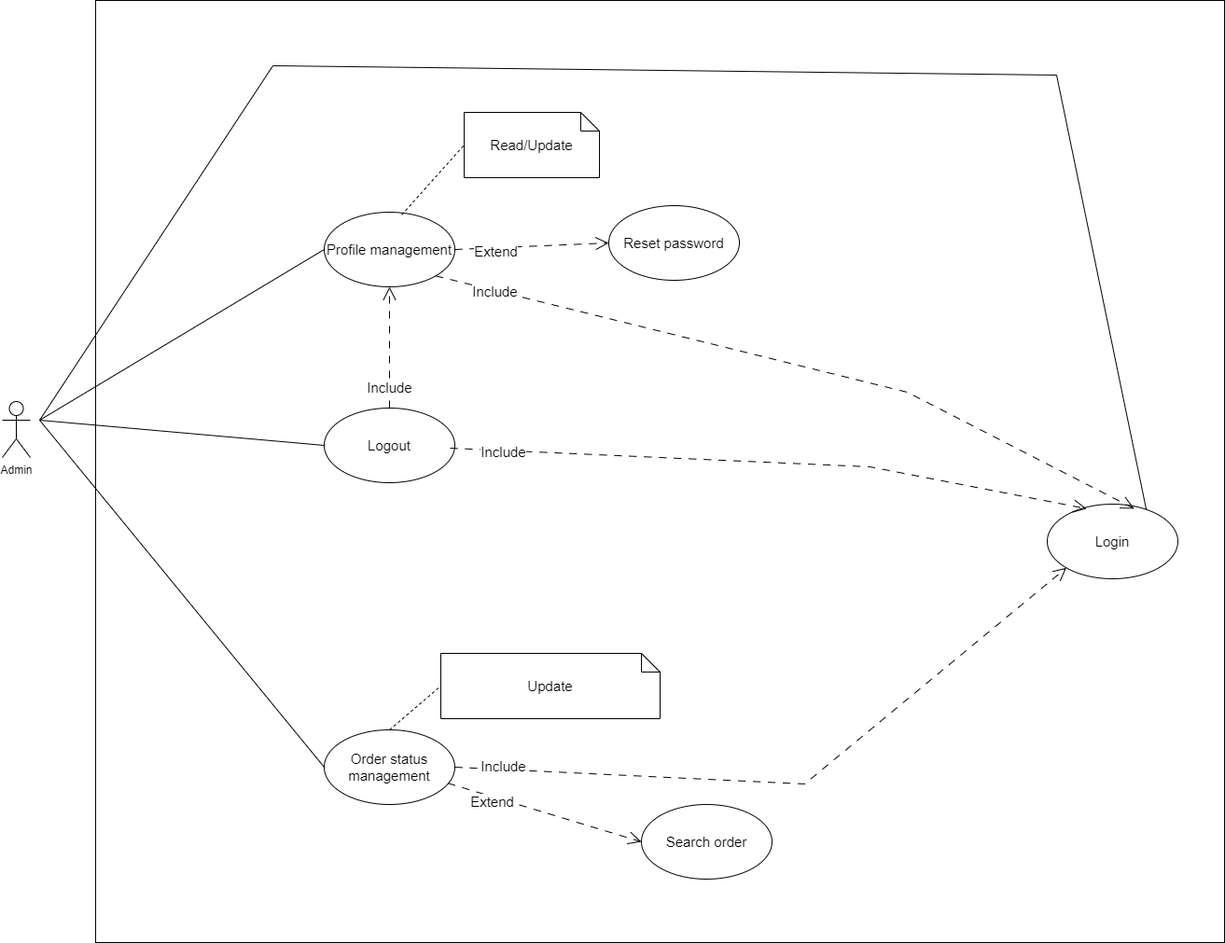
This is document/SDS/Use Case Diagram/Order_Manager_Use_Case_Diagram.drawio.png from QuocZuong/perfume-store, a draw.io export, as it was before one commit. Source tidied: cells renumbered, new cells last; positions are measured from the earlier drawing's top-left corner, leaving out a move shared by most shapes. Its diagram source:
```xml
<mxGraphModel>
  <root>
    <mxCell id="0" />
    <mxCell id="1" parent="0" />
    <mxCell id="2" value="Admin" style="shape=umlActor;verticalLabelPosition=bottom;verticalAlign=top;html=1;" parent="1" vertex="1">
      <mxGeometry y="430" width="30" height="60" as="geometry" />
    </mxCell>
    <mxCell id="3" style="rounded=0;whiteSpace=wrap;html=1;" parent="1" vertex="1">
      <mxGeometry x="100" width="1210" height="1010" as="geometry" />
    </mxCell>
    <mxCell id="4" value="Login" style="ellipse;whiteSpace=wrap;html=1;fontSize=15;" parent="1" vertex="1">
      <mxGeometry x="1120" y="540" width="140" height="80" as="geometry" />
    </mxCell>
    <mxCell id="5" value="Profile management" style="ellipse;whiteSpace=wrap;html=1;fontSize=15;" parent="1" vertex="1">
      <mxGeometry x="345" y="227" width="140" height="80" as="geometry" />
    </mxCell>
    <mxCell id="6" value="Reset password" style="ellipse;whiteSpace=wrap;html=1;fontSize=15;" parent="1" vertex="1">
      <mxGeometry x="650" y="220" width="140" height="80" as="geometry" />
    </mxCell>
    <mxCell id="7" value="Logout" style="ellipse;whiteSpace=wrap;html=1;fontSize=15;" parent="1" vertex="1">
      <mxGeometry x="345" y="437" width="140" height="80" as="geometry" />
    </mxCell>
    <mxCell id="8" value="Extend" style="endArrow=open;html=1;rounded=0;endFill=0;endSize=12;dashed=1;dashPattern=8 8;entryX=0;entryY=0.5;entryDx=0;entryDy=0;exitX=1;exitY=0.5;exitDx=0;exitDy=0;fontSize=15;" parent="1" edge="1" source="5" target="6">
      <mxGeometry x="-0.47" y="-4" relative="1" as="geometry" />
    </mxCell>
    <mxCell id="9" value="Include" style="endArrow=open;html=1;rounded=0;endFill=0;endSize=12;dashed=1;dashPattern=8 8;exitX=0.5;exitY=0;exitDx=0;exitDy=0;entryX=0.5;entryY=1;entryDx=0;entryDy=0;fontSize=15;" parent="1" edge="1" source="7" target="5">
      <mxGeometry x="-0.66" relative="1" as="geometry" />
    </mxCell>
    <mxCell id="10" value="Read/Update" style="shape=note;size=20;whiteSpace=wrap;html=1;fontSize=15;" parent="1" vertex="1">
      <mxGeometry x="495" y="120" width="145" height="70" as="geometry" />
    </mxCell>
    <mxCell id="11" style="endArrow=none;dashed=1;html=1;rounded=0;exitX=0.594;exitY=0.035;exitDx=0;exitDy=0;entryX=0;entryY=0.5;entryDx=0;entryDy=0;entryPerimeter=0;exitPerimeter=0;" parent="1" edge="1" source="5" target="10">
      <mxGeometry relative="1" as="geometry" />
    </mxCell>
    <mxCell id="12" value="Order status management" style="ellipse;whiteSpace=wrap;html=1;fontSize=15;" parent="1" vertex="1">
      <mxGeometry x="345" y="782" width="140" height="80" as="geometry" />
    </mxCell>
    <mxCell id="13" style="endArrow=none;html=1;rounded=0;entryX=0;entryY=0.5;entryDx=0;entryDy=0;" parent="1" edge="1" target="12">
      <mxGeometry relative="1" as="geometry">
        <mxPoint x="40" y="450" as="sourcePoint" />
      </mxGeometry>
    </mxCell>
    <mxCell id="14" value="Include" style="endArrow=open;html=1;rounded=0;endFill=0;endSize=12;dashed=1;dashPattern=8 8;exitX=1;exitY=0.5;exitDx=0;exitDy=0;fontSize=15;entryX=0;entryY=1;entryDx=0;entryDy=0;" parent="1" edge="1" source="12" target="4">
      <mxGeometry x="-0.86" y="3" relative="1" as="geometry">
        <Array as="points">
          <mxPoint x="860" y="840" />
        </Array>
      </mxGeometry>
    </mxCell>
    <mxCell id="15" value="Search order" style="ellipse;whiteSpace=wrap;html=1;fontSize=15;" parent="1" vertex="1">
      <mxGeometry x="685" y="862" width="140" height="80" as="geometry" />
    </mxCell>
    <mxCell id="16" value="Extend" style="endArrow=open;html=1;rounded=0;endFill=0;endSize=12;dashed=1;dashPattern=8 8;entryX=0;entryY=0.5;entryDx=0;entryDy=0;fontSize=15;exitX=0.947;exitY=0.715;exitDx=0;exitDy=0;exitPerimeter=0;" parent="1" edge="1" source="12" target="15">
      <mxGeometry x="-0.53" y="-5" relative="1" as="geometry" />
    </mxCell>
    <mxCell id="17" style="endArrow=none;html=1;rounded=0;entryX=0;entryY=0.5;entryDx=0;entryDy=0;" parent="1" edge="1" target="5">
      <mxGeometry relative="1" as="geometry">
        <mxPoint x="40" y="450" as="sourcePoint" />
      </mxGeometry>
    </mxCell>
    <mxCell id="18" style="endArrow=none;html=1;rounded=0;entryX=0;entryY=0.5;entryDx=0;entryDy=0;" parent="1" edge="1" target="7">
      <mxGeometry relative="1" as="geometry">
        <mxPoint x="40" y="450" as="sourcePoint" />
      </mxGeometry>
    </mxCell>
    <mxCell id="19" value="Include" style="endArrow=open;html=1;rounded=0;endFill=0;endSize=12;dashed=1;dashPattern=8 8;exitX=1;exitY=1;exitDx=0;exitDy=0;fontSize=15;entryX=0.666;entryY=0.061;entryDx=0;entryDy=0;entryPerimeter=0;" parent="1" edge="1" source="5" target="4">
      <mxGeometry x="-0.83" y="-1" relative="1" as="geometry">
        <Array as="points">
          <mxPoint x="970" y="420" />
        </Array>
        <mxPoint x="-1" as="offset" />
      </mxGeometry>
    </mxCell>
    <mxCell id="20" value="Include" style="endArrow=open;html=1;rounded=0;endFill=0;endSize=12;dashed=1;dashPattern=8 8;fontSize=15;entryX=0.301;entryY=0.061;entryDx=0;entryDy=0;entryPerimeter=0;" parent="1" edge="1" target="4">
      <mxGeometry x="-0.83" y="-1" relative="1" as="geometry">
        <mxPoint x="480" y="480" as="sourcePoint" />
        <Array as="points">
          <mxPoint x="930" y="500" />
        </Array>
        <mxPoint x="-1" as="offset" />
      </mxGeometry>
    </mxCell>
    <mxCell id="21" style="endArrow=none;html=1;rounded=0;entryX=0.758;entryY=0.071;entryDx=0;entryDy=0;entryPerimeter=0;" parent="1" edge="1" target="4">
      <mxGeometry relative="1" as="geometry">
        <mxPoint x="40" y="450" as="sourcePoint" />
        <Array as="points">
          <mxPoint x="290" y="70" />
          <mxPoint x="1130" y="80" />
        </Array>
      </mxGeometry>
    </mxCell>
    <mxCell id="22" value="Update" style="shape=note;size=20;whiteSpace=wrap;html=1;fontSize=15;" parent="1" vertex="1">
      <mxGeometry x="470" y="700" width="235" height="70" as="geometry" />
    </mxCell>
    <mxCell id="23" style="endArrow=none;dashed=1;html=1;rounded=0;entryX=0;entryY=0.5;entryDx=0;entryDy=0;entryPerimeter=0;exitX=0.5;exitY=0;exitDx=0;exitDy=0;" parent="1" edge="1" source="12" target="22">
      <mxGeometry relative="1" as="geometry" />
    </mxCell>
  </root>
</mxGraphModel>
```
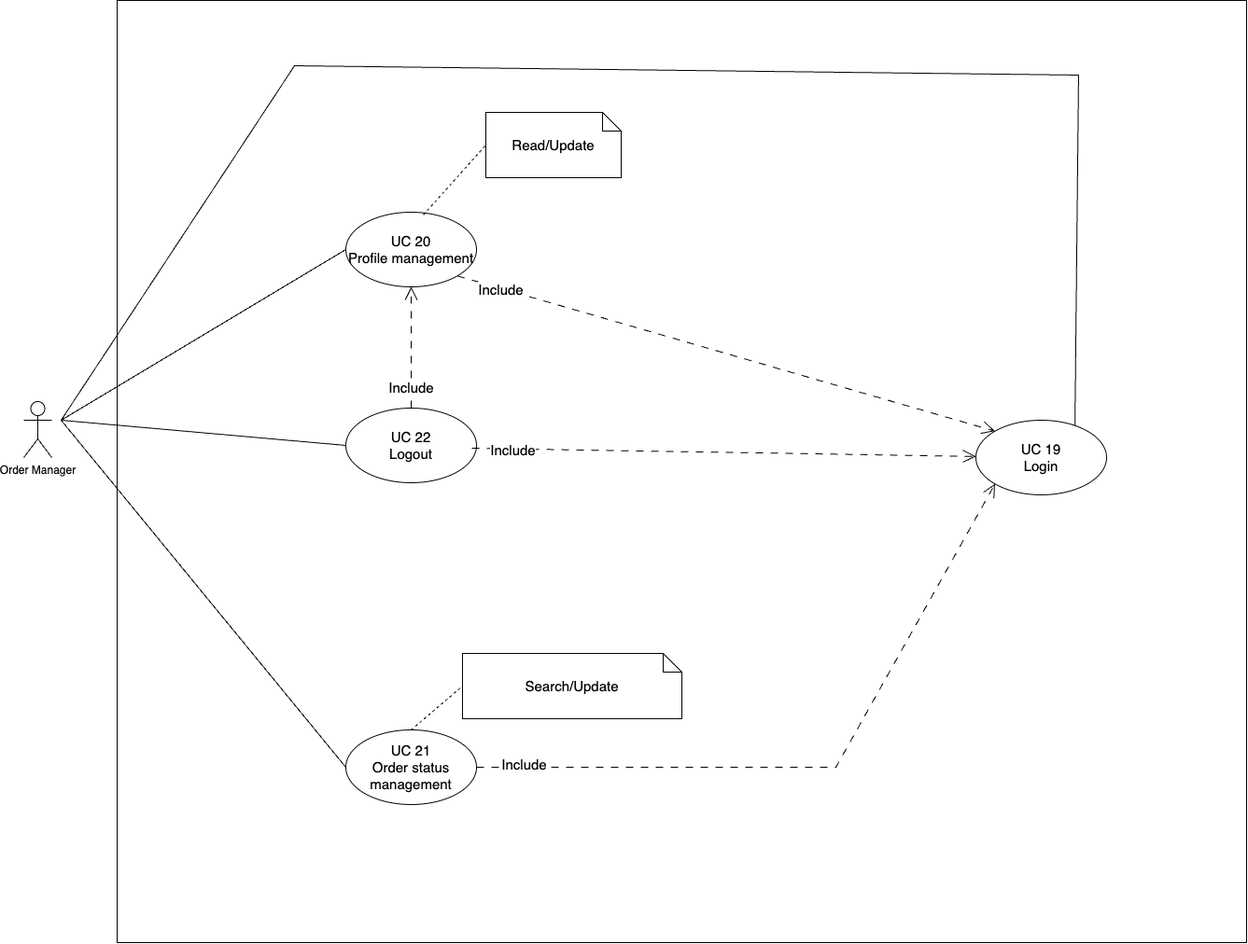
The same file after the commit.

The edit, as a diff of the source:
```diff
@@ -2,27 +2,21 @@
   <root>
     <mxCell id="0" />
     <mxCell id="1" parent="0" />
-    <mxCell id="2" value="Admin" style="shape=umlActor;verticalLabelPosition=bottom;verticalAlign=top;html=1;" parent="1" vertex="1">
+    <mxCell id="2" value="Order Manager" style="shape=umlActor;verticalLabelPosition=bottom;verticalAlign=top;html=1;" parent="1" vertex="1">
       <mxGeometry y="430" width="30" height="60" as="geometry" />
     </mxCell>
     <mxCell id="3" style="rounded=0;whiteSpace=wrap;html=1;" parent="1" vertex="1">
       <mxGeometry x="100" width="1210" height="1010" as="geometry" />
     </mxCell>
-    <mxCell id="4" value="Login" style="ellipse;whiteSpace=wrap;html=1;fontSize=15;" parent="1" vertex="1">
-      <mxGeometry x="1120" y="540" width="140" height="80" as="geometry" />
+    <mxCell id="4" value="UC 19&lt;br&gt;Login" style="ellipse;whiteSpace=wrap;html=1;fontSize=15;" parent="1" vertex="1">
+      <mxGeometry x="1020" y="450" width="140" height="80" as="geometry" />
     </mxCell>
-    <mxCell id="5" value="Profile management" style="ellipse;whiteSpace=wrap;html=1;fontSize=15;" parent="1" vertex="1">
+    <mxCell id="5" value="UC 20&lt;br&gt;Profile management" style="ellipse;whiteSpace=wrap;html=1;fontSize=15;" parent="1" vertex="1">
       <mxGeometry x="345" y="227" width="140" height="80" as="geometry" />
     </mxCell>
-    <mxCell id="6" value="Reset password" style="ellipse;whiteSpace=wrap;html=1;fontSize=15;" parent="1" vertex="1">
-      <mxGeometry x="650" y="220" width="140" height="80" as="geometry" />
-    </mxCell>
-    <mxCell id="7" value="Logout" style="ellipse;whiteSpace=wrap;html=1;fontSize=15;" parent="1" vertex="1">
+    <mxCell id="7" value="UC 22&lt;br&gt;Logout" style="ellipse;whiteSpace=wrap;html=1;fontSize=15;" parent="1" vertex="1">
       <mxGeometry x="345" y="437" width="140" height="80" as="geometry" />
     </mxCell>
-    <mxCell id="8" value="Extend" style="endArrow=open;html=1;rounded=0;endFill=0;endSize=12;dashed=1;dashPattern=8 8;entryX=0;entryY=0.5;entryDx=0;entryDy=0;exitX=1;exitY=0.5;exitDx=0;exitDy=0;fontSize=15;" parent="1" edge="1" source="5" target="6">
-      <mxGeometry x="-0.47" y="-4" relative="1" as="geometry" />
-    </mxCell>
     <mxCell id="9" value="Include" style="endArrow=open;html=1;rounded=0;endFill=0;endSize=12;dashed=1;dashPattern=8 8;exitX=0.5;exitY=0;exitDx=0;exitDy=0;entryX=0.5;entryY=1;entryDx=0;entryDy=0;fontSize=15;" parent="1" edge="1" source="7" target="5">
       <mxGeometry x="-0.66" relative="1" as="geometry" />
     </mxCell>
@@ -32,7 +26,7 @@
     <mxCell id="11" style="endArrow=none;dashed=1;html=1;rounded=0;exitX=0.594;exitY=0.035;exitDx=0;exitDy=0;entryX=0;entryY=0.5;entryDx=0;entryDy=0;entryPerimeter=0;exitPerimeter=0;" parent="1" edge="1" source="5" target="10">
       <mxGeometry relative="1" as="geometry" />
     </mxCell>
-    <mxCell id="12" value="Order status management" style="ellipse;whiteSpace=wrap;html=1;fontSize=15;" parent="1" vertex="1">
+    <mxCell id="12" value="UC 21&lt;br&gt;Order status management" style="ellipse;whiteSpace=wrap;html=1;fontSize=15;" parent="1" vertex="1">
       <mxGeometry x="345" y="782" width="140" height="80" as="geometry" />
     </mxCell>
     <mxCell id="13" style="endArrow=none;html=1;rounded=0;entryX=0;entryY=0.5;entryDx=0;entryDy=0;" parent="1" edge="1" target="12">
@@ -43,16 +37,10 @@
     <mxCell id="14" value="Include" style="endArrow=open;html=1;rounded=0;endFill=0;endSize=12;dashed=1;dashPattern=8 8;exitX=1;exitY=0.5;exitDx=0;exitDy=0;fontSize=15;entryX=0;entryY=1;entryDx=0;entryDy=0;" parent="1" edge="1" source="12" target="4">
       <mxGeometry x="-0.86" y="3" relative="1" as="geometry">
         <Array as="points">
-          <mxPoint x="860" y="840" />
+          <mxPoint x="870" y="822" />
         </Array>
       </mxGeometry>
     </mxCell>
-    <mxCell id="15" value="Search order" style="ellipse;whiteSpace=wrap;html=1;fontSize=15;" parent="1" vertex="1">
-      <mxGeometry x="685" y="862" width="140" height="80" as="geometry" />
-    </mxCell>
-    <mxCell id="16" value="Extend" style="endArrow=open;html=1;rounded=0;endFill=0;endSize=12;dashed=1;dashPattern=8 8;entryX=0;entryY=0.5;entryDx=0;entryDy=0;fontSize=15;exitX=0.947;exitY=0.715;exitDx=0;exitDy=0;exitPerimeter=0;" parent="1" edge="1" source="12" target="15">
-      <mxGeometry x="-0.53" y="-5" relative="1" as="geometry" />
-    </mxCell>
     <mxCell id="17" style="endArrow=none;html=1;rounded=0;entryX=0;entryY=0.5;entryDx=0;entryDy=0;" parent="1" edge="1" target="5">
       <mxGeometry relative="1" as="geometry">
         <mxPoint x="40" y="450" as="sourcePoint" />
@@ -63,20 +51,14 @@
         <mxPoint x="40" y="450" as="sourcePoint" />
       </mxGeometry>
     </mxCell>
-    <mxCell id="19" value="Include" style="endArrow=open;html=1;rounded=0;endFill=0;endSize=12;dashed=1;dashPattern=8 8;exitX=1;exitY=1;exitDx=0;exitDy=0;fontSize=15;entryX=0.666;entryY=0.061;entryDx=0;entryDy=0;entryPerimeter=0;" parent="1" edge="1" source="5" target="4">
+    <mxCell id="19" value="Include" style="endArrow=open;html=1;rounded=0;endFill=0;endSize=12;dashed=1;dashPattern=8 8;exitX=1;exitY=1;exitDx=0;exitDy=0;fontSize=15;entryX=0;entryY=0;entryDx=0;entryDy=0;" parent="1" edge="1" source="5" target="4">
       <mxGeometry x="-0.83" y="-1" relative="1" as="geometry">
-        <Array as="points">
-          <mxPoint x="970" y="420" />
-        </Array>
         <mxPoint x="-1" as="offset" />
       </mxGeometry>
     </mxCell>
-    <mxCell id="20" value="Include" style="endArrow=open;html=1;rounded=0;endFill=0;endSize=12;dashed=1;dashPattern=8 8;fontSize=15;entryX=0.301;entryY=0.061;entryDx=0;entryDy=0;entryPerimeter=0;" parent="1" edge="1" target="4">
+    <mxCell id="20" value="Include" style="endArrow=open;html=1;rounded=0;endFill=0;endSize=12;dashed=1;dashPattern=8 8;fontSize=15;" parent="1" edge="1" target="4">
       <mxGeometry x="-0.83" y="-1" relative="1" as="geometry">
         <mxPoint x="480" y="480" as="sourcePoint" />
-        <Array as="points">
-          <mxPoint x="930" y="500" />
-        </Array>
         <mxPoint x="-1" as="offset" />
       </mxGeometry>
     </mxCell>
@@ -89,7 +71,7 @@
         </Array>
       </mxGeometry>
     </mxCell>
-    <mxCell id="22" value="Update" style="shape=note;size=20;whiteSpace=wrap;html=1;fontSize=15;" parent="1" vertex="1">
+    <mxCell id="22" value="Search/Update" style="shape=note;size=20;whiteSpace=wrap;html=1;fontSize=15;" parent="1" vertex="1">
       <mxGeometry x="470" y="700" width="235" height="70" as="geometry" />
     </mxCell>
     <mxCell id="23" style="endArrow=none;dashed=1;html=1;rounded=0;entryX=0;entryY=0.5;entryDx=0;entryDy=0;entryPerimeter=0;exitX=0.5;exitY=0;exitDx=0;exitDy=0;" parent="1" edge="1" source="12" target="22">
```
